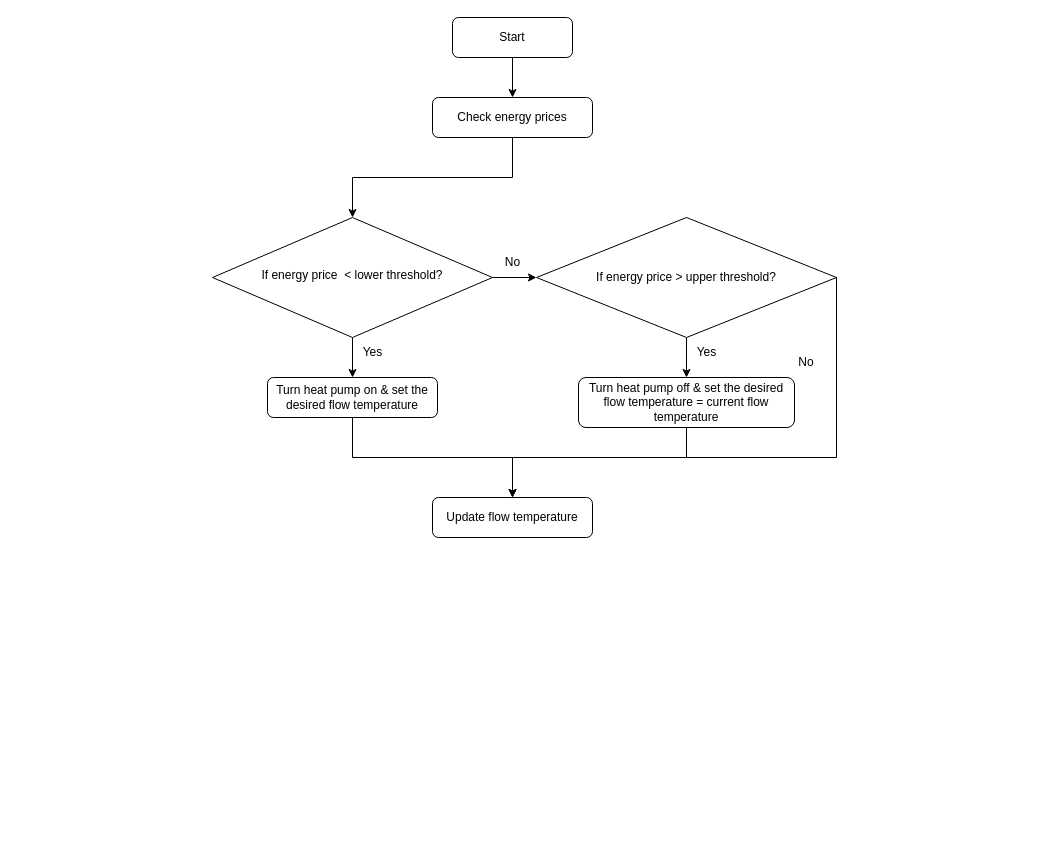
Above: page "Price based control" (5 of 5) of RBC.drawio in Qiuyi-Hong/Rule-Based-Control (draw.io), before the change. Source tidied: cells renumbered, new cells numbered last; positions are measured from the earlier drawing's top-left corner, leaving out a move shared by most shapes. Both pictures are drawn from the tidied source at 100%, with x=0, y=0 at pixel (212, 17).
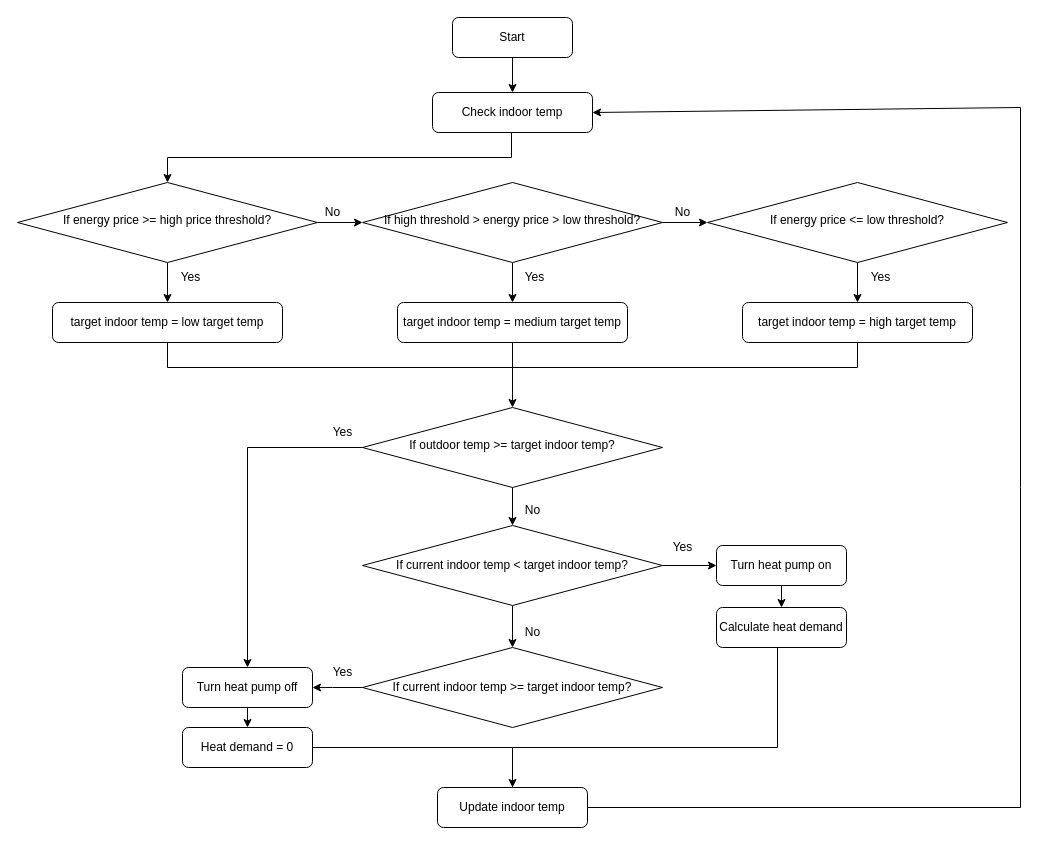
The same diagram, later.

The change refers to these unchanged cells:
```xml
<mxCell id="8" value="Start" style="rounded=1;whiteSpace=wrap;html=1;" parent="1" vertex="1">
  <mxGeometry x="240" width="120" height="40" as="geometry" />
</mxCell>
```

Diff of the diagram source:
```diff
@@
-    <mxCell id="2" value="Check energy prices" style="rounded=1;whiteSpace=wrap;html=1;fontSize=12;glass=0;strokeWidth=1;shadow=0;" parent="1" vertex="1">
-      <mxGeometry x="220" y="80" width="160" height="40" as="geometry" />
-    </mxCell>
-    <mxCell id="3" style="edgeStyle=orthogonalEdgeStyle;rounded=0;jettySize=auto;html=1;" parent="1" edge="1" source="5" target="6">
-      <mxGeometry relative="1" as="geometry" />
-    </mxCell>
-    <mxCell id="4" style="edgeStyle=orthogonalEdgeStyle;rounded=0;jettySize=auto;html=1;entryX=0;entryY=0.5;entryDx=0;entryDy=0;" parent="1" edge="1" source="5" target="11">
-      <mxGeometry relative="1" as="geometry" />
-    </mxCell>
-    <mxCell id="5" value="If energy price&amp;nbsp; &amp;lt; lower threshold?" style="rhombus;whiteSpace=wrap;html=1;shadow=0;fontFamily=Helvetica;fontSize=12;align=center;strokeWidth=1;spacing=6;spacingTop=-4;" parent="1" vertex="1">
-      <mxGeometry y="200" width="280" height="120" as="geometry" />
-    </mxCell>
-    <mxCell id="6" value="Turn heat pump on &amp;amp; set the desired flow temperature" style="rounded=1;whiteSpace=wrap;html=1;fontSize=12;glass=0;strokeWidth=1;shadow=0;" parent="1" vertex="1">
-      <mxGeometry x="55" y="360" width="170" height="40" as="geometry" />
-    </mxCell>
-    <mxCell id="7" style="edgeStyle=orthogonalEdgeStyle;rounded=0;jettySize=auto;html=1;exitX=0.5;exitY=1;exitDx=0;exitDy=0;entryX=0.5;entryY=0;entryDx=0;entryDy=0;" parent="1" edge="1" source="8" target="2">
-      <mxGeometry relative="1" as="geometry" />
-    </mxCell>
+    <mxCell id="21" style="edgeStyle=orthogonalEdgeStyle;rounded=0;jettySize=auto;html=1;exitX=0.5;exitY=1;exitDx=0;exitDy=0;entryX=0.5;entryY=0;entryDx=0;entryDy=0;" parent="1" edge="1" source="22" target="49">
+      <mxGeometry relative="1" as="geometry">
+        <Array as="points">
+          <mxPoint x="300" y="105" />
+          <mxPoint x="299" y="105" />
+          <mxPoint x="299" y="140" />
+          <mxPoint x="-45" y="140" />
+        </Array>
+      </mxGeometry>
+    </mxCell>
+    <mxCell id="22" value="Check indoor temp" style="rounded=1;whiteSpace=wrap;html=1;fontSize=12;glass=0;strokeWidth=1;shadow=0;" parent="1" vertex="1">
+      <mxGeometry x="220" y="75" width="160" height="40" as="geometry" />
+    </mxCell>
+    <mxCell id="23" style="edgeStyle=orthogonalEdgeStyle;rounded=0;jettySize=auto;html=1;" parent="1" edge="1" source="24" target="30">
+      <mxGeometry relative="1" as="geometry" />
+    </mxCell>
+    <mxCell id="24" value="Turn heat pump on" style="rounded=1;whiteSpace=wrap;html=1;fontSize=12;glass=0;strokeWidth=1;shadow=0;" parent="1" vertex="1">
+      <mxGeometry x="504" y="528" width="130" height="40" as="geometry" />
+    </mxCell>
+    <mxCell id="25" style="edgeStyle=orthogonalEdgeStyle;rounded=0;jettySize=auto;html=1;exitX=0.5;exitY=1;exitDx=0;exitDy=0;entryX=0.5;entryY=0;entryDx=0;entryDy=0;" parent="1" edge="1" source="8" target="22">
+      <mxGeometry relative="1" as="geometry" />
+    </mxCell>
@@
-    <mxCell id="9" value="Yes" style="text;html=1;align=center;verticalAlign=middle;strokeColor=none;fillColor=none;" parent="1" vertex="1">
-      <mxGeometry x="140" y="320" width="40" height="30" as="geometry" />
-    </mxCell>
-    <mxCell id="10" style="edgeStyle=orthogonalEdgeStyle;rounded=0;jettySize=auto;html=1;entryX=0.5;entryY=0;entryDx=0;entryDy=0;" parent="1" edge="1" source="11" target="14">
-      <mxGeometry relative="1" as="geometry" />
-    </mxCell>
-    <mxCell id="11" value="If energy price &amp;gt; upper threshold?" style="rhombus;whiteSpace=wrap;html=1;" parent="1" vertex="1">
-      <mxGeometry x="324" y="200" width="300" height="120" as="geometry" />
-    </mxCell>
-    <mxCell id="12" style="endArrow=classic;html=1;rounded=0;exitX=0.5;exitY=1;exitDx=0;exitDy=0;entryX=0.5;entryY=0;entryDx=0;entryDy=0;" parent="1" edge="1" source="2" target="5">
-      <mxGeometry relative="1" as="geometry">
-        <Array as="points">
-          <mxPoint x="300" y="160" />
-          <mxPoint x="140" y="160" />
-        </Array>
-      </mxGeometry>
-    </mxCell>
-    <mxCell id="13" value="No" style="text;html=1;align=center;verticalAlign=middle;strokeColor=none;fillColor=none;" parent="1" vertex="1">
-      <mxGeometry x="280" y="230" width="40" height="30" as="geometry" />
-    </mxCell>
-    <mxCell id="14" value="Turn heat pump off &amp;amp; set the desired flow temperature = current flow temperature" style="rounded=1;whiteSpace=wrap;html=1;" parent="1" vertex="1">
-      <mxGeometry x="366" y="360" width="216" height="50" as="geometry" />
-    </mxCell>
-    <mxCell id="15" value="Yes" style="text;html=1;align=center;verticalAlign=middle;strokeColor=none;fillColor=none;" parent="1" vertex="1">
-      <mxGeometry x="474" y="320" width="40" height="30" as="geometry" />
-    </mxCell>
-    <mxCell id="16" value="Update flow temperature" style="rounded=1;whiteSpace=wrap;html=1;" parent="1" vertex="1">
-      <mxGeometry x="220" y="480" width="160" height="40" as="geometry" />
-    </mxCell>
-    <mxCell id="17" style="endArrow=classic;html=1;rounded=0;exitX=0.5;exitY=1;exitDx=0;exitDy=0;entryX=0.5;entryY=0;entryDx=0;entryDy=0;" parent="1" edge="1" source="6" target="16">
-      <mxGeometry relative="1" as="geometry">
-        <Array as="points">
-          <mxPoint x="140" y="440" />
-          <mxPoint x="300" y="440" />
-        </Array>
-      </mxGeometry>
-    </mxCell>
-    <mxCell id="18" style="endArrow=classic;html=1;rounded=0;exitX=0.5;exitY=1;exitDx=0;exitDy=0;" parent="1" edge="1" source="14">
-      <mxGeometry relative="1" as="geometry">
-        <mxPoint x="300" y="480" as="targetPoint" />
-        <Array as="points">
-          <mxPoint x="474" y="440" />
-          <mxPoint x="300" y="440" />
-        </Array>
-      </mxGeometry>
-    </mxCell>
-    <mxCell id="19" style="endArrow=none;html=1;rounded=0;exitX=1;exitY=0.5;exitDx=0;exitDy=0;endFill=0;" parent="1" edge="1" source="11">
-      <mxGeometry relative="1" as="geometry">
-        <mxPoint x="474" y="440" as="targetPoint" />
-        <Array as="points">
-          <mxPoint x="624" y="440" />
-        </Array>
-      </mxGeometry>
-    </mxCell>
-    <mxCell id="20" value="No" style="text;html=1;align=center;verticalAlign=middle;whiteSpace=wrap;rounded=0;" parent="1" vertex="1">
-      <mxGeometry x="564" y="330" width="60" height="30" as="geometry" />
-    </mxCell>
+    <mxCell id="26" value="Yes" style="text;html=1;align=center;verticalAlign=middle;strokeColor=none;fillColor=none;" parent="1" vertex="1">
+      <mxGeometry x="110" y="400" width="40" height="30" as="geometry" />
+    </mxCell>
+    <mxCell id="27" style="edgeStyle=orthogonalEdgeStyle;rounded=0;jettySize=auto;html=1;exitX=0.5;exitY=1;exitDx=0;exitDy=0;entryX=0.5;entryY=0;entryDx=0;entryDy=0;" parent="1" edge="1" source="28" target="31">
+      <mxGeometry relative="1" as="geometry" />
+    </mxCell>
+    <mxCell id="28" value="Turn heat pump off" style="rounded=1;whiteSpace=wrap;html=1;" parent="1" vertex="1">
+      <mxGeometry x="-30" y="650" width="130" height="40" as="geometry" />
+    </mxCell>
+    <mxCell id="29" style="edgeStyle=orthogonalEdgeStyle;rounded=0;jettySize=auto;html=1;exitX=0.5;exitY=1;exitDx=0;exitDy=0;" parent="1" edge="1" source="30">
+      <mxGeometry relative="1" as="geometry">
+        <mxPoint x="300" y="810" as="targetPoint" />
+        <Array as="points">
+          <mxPoint x="565" y="630" />
+          <mxPoint x="565" y="730" />
+          <mxPoint x="300" y="730" />
+        </Array>
+      </mxGeometry>
+    </mxCell>
+    <mxCell id="30" value="Calculate heat demand" style="whiteSpace=wrap;html=1;rounded=1;glass=0;strokeWidth=1;shadow=0;" parent="1" vertex="1">
+      <mxGeometry x="504" y="590" width="130" height="40" as="geometry" />
+    </mxCell>
+    <mxCell id="31" value="Heat demand = 0" style="rounded=1;whiteSpace=wrap;html=1;" parent="1" vertex="1">
+      <mxGeometry x="-30" y="710" width="130" height="40" as="geometry" />
+    </mxCell>
+    <mxCell id="32" style="edgeStyle=orthogonalEdgeStyle;rounded=0;jettySize=auto;html=1;entryX=0.5;entryY=0;entryDx=0;entryDy=0;" parent="1" edge="1" source="33" target="34">
+      <mxGeometry relative="1" as="geometry" />
+    </mxCell>
+    <mxCell id="33" value="If current indoor&lt;span style=&quot;background-color: initial;&quot;&gt;&amp;nbsp;temp &amp;lt; target indoor temp?&lt;/span&gt;" style="rhombus;whiteSpace=wrap;html=1;" parent="1" vertex="1">
+      <mxGeometry x="150" y="508" width="300" height="80" as="geometry" />
+    </mxCell>
+    <mxCell id="34" value="If current indoor temp &amp;gt;= target indoor temp?" style="rhombus;whiteSpace=wrap;html=1;" parent="1" vertex="1">
+      <mxGeometry x="150" y="630" width="300" height="80" as="geometry" />
+    </mxCell>
+    <mxCell id="35" style="endArrow=classic;html=1;rounded=0;exitX=0;exitY=0.5;exitDx=0;exitDy=0;entryX=1;entryY=0.5;entryDx=0;entryDy=0;" parent="1" edge="1" source="34" target="28">
+      <mxGeometry relative="1" as="geometry">
+        <Array as="points">
+          <mxPoint x="120" y="670" />
+        </Array>
+      </mxGeometry>
+    </mxCell>
+    <mxCell id="36" value="No" style="text;html=1;align=center;verticalAlign=middle;strokeColor=none;fillColor=none;" parent="1" vertex="1">
+      <mxGeometry x="300" y="600" width="40" height="30" as="geometry" />
+    </mxCell>
+    <mxCell id="37" value="Yes" style="text;html=1;align=center;verticalAlign=middle;strokeColor=none;fillColor=none;" parent="1" vertex="1">
+      <mxGeometry x="110" y="640" width="40" height="30" as="geometry" />
+    </mxCell>
+    <mxCell id="38" value="Update indoor temp" style="rounded=1;whiteSpace=wrap;html=1;" parent="1" vertex="1">
+      <mxGeometry x="225" y="770" width="150" height="40" as="geometry" />
+    </mxCell>
+    <mxCell id="39" style="endArrow=classic;html=1;rounded=0;exitX=1;exitY=0.5;exitDx=0;exitDy=0;entryX=1;entryY=0.5;entryDx=0;entryDy=0;" parent="1" edge="1" source="38" target="22">
+      <mxGeometry relative="1" as="geometry">
+        <Array as="points">
+          <mxPoint x="808" y="790" />
+          <mxPoint x="808" y="470" />
+          <mxPoint x="808" y="90" />
+        </Array>
+      </mxGeometry>
+    </mxCell>
+    <mxCell id="40" style="endArrow=classic;html=1;rounded=0;exitX=0;exitY=0.5;exitDx=0;exitDy=0;entryX=0.5;entryY=0;entryDx=0;entryDy=0;" parent="1" edge="1" source="42" target="28">
+      <mxGeometry relative="1" as="geometry">
+        <Array as="points">
+          <mxPoint x="35" y="430" />
+        </Array>
+      </mxGeometry>
+    </mxCell>
+    <mxCell id="41" value="No" style="text;html=1;align=center;verticalAlign=middle;strokeColor=none;fillColor=none;" parent="1" vertex="1">
+      <mxGeometry x="300" y="478" width="40" height="30" as="geometry" />
+    </mxCell>
+    <mxCell id="42" value="If outdoor temp &amp;gt;= target indoor temp?" style="rhombus;whiteSpace=wrap;html=1;shadow=0;fontFamily=Helvetica;fontSize=12;align=center;strokeWidth=1;spacing=6;spacingTop=-4;" parent="1" vertex="1">
+      <mxGeometry x="150" y="390" width="300" height="80" as="geometry" />
+    </mxCell>
+    <mxCell id="43" style="endArrow=classic;html=1;rounded=0;exitX=0.5;exitY=1;exitDx=0;exitDy=0;entryX=0.5;entryY=0;entryDx=0;entryDy=0;" parent="1" edge="1" source="42">
+      <mxGeometry relative="1" as="geometry">
+        <mxPoint x="300" y="508" as="targetPoint" />
+      </mxGeometry>
+    </mxCell>
+    <mxCell id="44" style="endArrow=classic;html=1;rounded=0;exitX=1;exitY=0.5;exitDx=0;exitDy=0;entryX=0;entryY=0.5;entryDx=0;entryDy=0;" parent="1" edge="1" source="33" target="24">
+      <mxGeometry relative="1" as="geometry" />
+    </mxCell>
+    <mxCell id="45" style="endArrow=classic;html=1;rounded=0;exitX=1;exitY=0.5;exitDx=0;exitDy=0;entryX=0.5;entryY=0;entryDx=0;entryDy=0;" parent="1" edge="1" source="31" target="38">
+      <mxGeometry relative="1" as="geometry">
+        <Array as="points">
+          <mxPoint x="300" y="730" />
+        </Array>
+      </mxGeometry>
+    </mxCell>
+    <mxCell id="46" value="Yes" style="text;html=1;align=center;verticalAlign=middle;strokeColor=none;fillColor=none;" parent="1" vertex="1">
+      <mxGeometry x="450" y="515" width="40" height="30" as="geometry" />
+    </mxCell>
+    <mxCell id="47" style="edgeStyle=orthogonalEdgeStyle;rounded=0;jettySize=auto;html=1;exitX=0.5;exitY=1;exitDx=0;exitDy=0;entryX=0.5;entryY=0;entryDx=0;entryDy=0;" parent="1" edge="1" source="49" target="50">
+      <mxGeometry relative="1" as="geometry" />
+    </mxCell>
+    <mxCell id="48" style="edgeStyle=orthogonalEdgeStyle;rounded=0;jettySize=auto;html=1;" parent="1" edge="1" source="49" target="53">
+      <mxGeometry relative="1" as="geometry" />
+    </mxCell>
+    <mxCell id="49" value="If energy price &amp;gt;= high price threshold?" style="rhombus;whiteSpace=wrap;html=1;shadow=0;fontFamily=Helvetica;fontSize=12;align=center;strokeWidth=1;spacing=6;spacingTop=-4;" parent="1" vertex="1">
+      <mxGeometry x="-195" y="165" width="300" height="80" as="geometry" />
+    </mxCell>
+    <mxCell id="50" value="target indoor temp = low target temp" style="rounded=1;whiteSpace=wrap;html=1;" parent="1" vertex="1">
+      <mxGeometry x="-160" y="285" width="230" height="40" as="geometry" />
+    </mxCell>
+    <mxCell id="51" style="edgeStyle=orthogonalEdgeStyle;rounded=0;jettySize=auto;html=1;" parent="1" edge="1" source="53" target="56">
+      <mxGeometry relative="1" as="geometry" />
+    </mxCell>
+    <mxCell id="52" style="edgeStyle=orthogonalEdgeStyle;rounded=0;jettySize=auto;html=1;exitX=0.5;exitY=1;exitDx=0;exitDy=0;entryX=0.5;entryY=0;entryDx=0;entryDy=0;" parent="1" edge="1" source="53" target="54">
+      <mxGeometry relative="1" as="geometry" />
+    </mxCell>
+    <mxCell id="53" value="If high threshold &amp;gt; energy price &amp;gt; low threshold?" style="rhombus;whiteSpace=wrap;html=1;shadow=0;fontFamily=Helvetica;fontSize=12;align=center;strokeWidth=1;spacing=6;spacingTop=-4;" parent="1" vertex="1">
+      <mxGeometry x="150" y="165" width="300" height="80" as="geometry" />
+    </mxCell>
+    <mxCell id="54" value="target indoor temp = medium&lt;span style=&quot;background-color: initial;&quot;&gt;&amp;nbsp;target temp&lt;/span&gt;" style="rounded=1;whiteSpace=wrap;html=1;" parent="1" vertex="1">
+      <mxGeometry x="185" y="285" width="230" height="40" as="geometry" />
+    </mxCell>
+    <mxCell id="55" style="edgeStyle=orthogonalEdgeStyle;rounded=0;jettySize=auto;html=1;exitX=0.5;exitY=1;exitDx=0;exitDy=0;entryX=0.5;entryY=0;entryDx=0;entryDy=0;" parent="1" edge="1" source="56" target="57">
+      <mxGeometry relative="1" as="geometry" />
+    </mxCell>
+    <mxCell id="56" value="If energy price &amp;lt;= low threshold?" style="rhombus;whiteSpace=wrap;html=1;shadow=0;fontFamily=Helvetica;fontSize=12;align=center;strokeWidth=1;spacing=6;spacingTop=-4;" parent="1" vertex="1">
+      <mxGeometry x="495" y="165" width="300" height="80" as="geometry" />
+    </mxCell>
+    <mxCell id="57" value="target indoor temp = high&lt;span style=&quot;background-color: initial;&quot;&gt;&amp;nbsp;target temp&lt;/span&gt;" style="rounded=1;whiteSpace=wrap;html=1;" parent="1" vertex="1">
+      <mxGeometry x="530" y="285" width="230" height="40" as="geometry" />
+    </mxCell>
+    <mxCell id="58" style="endArrow=none;html=1;rounded=0;exitX=0.5;exitY=1;exitDx=0;exitDy=0;entryX=0.5;entryY=1;entryDx=0;entryDy=0;" parent="1" edge="1" source="50" target="57">
+      <mxGeometry relative="1" as="geometry">
+        <Array as="points">
+          <mxPoint x="-45" y="350" />
+          <mxPoint x="645" y="350" />
+        </Array>
+      </mxGeometry>
+    </mxCell>
+    <mxCell id="59" style="endArrow=classic;html=1;rounded=0;exitX=0.5;exitY=1;exitDx=0;exitDy=0;entryX=0.5;entryY=0;entryDx=0;entryDy=0;" parent="1" edge="1" source="54" target="42">
+      <mxGeometry relative="1" as="geometry" />
+    </mxCell>
+    <mxCell id="60" value="No" style="text;html=1;align=center;verticalAlign=middle;strokeColor=none;fillColor=none;" parent="1" vertex="1">
+      <mxGeometry x="100" y="180" width="40" height="30" as="geometry" />
+    </mxCell>
+    <mxCell id="61" value="No" style="text;html=1;align=center;verticalAlign=middle;strokeColor=none;fillColor=none;" parent="1" vertex="1">
+      <mxGeometry x="450" y="180" width="40" height="30" as="geometry" />
+    </mxCell>
+    <mxCell id="62" value="Yes" style="text;html=1;align=center;verticalAlign=middle;strokeColor=none;fillColor=none;" parent="1" vertex="1">
+      <mxGeometry x="-42" y="245" width="40" height="30" as="geometry" />
+    </mxCell>
+    <mxCell id="63" value="Yes" style="text;html=1;align=center;verticalAlign=middle;strokeColor=none;fillColor=none;" parent="1" vertex="1">
+      <mxGeometry x="302" y="245" width="40" height="30" as="geometry" />
+    </mxCell>
+    <mxCell id="64" value="Yes" style="text;html=1;align=center;verticalAlign=middle;strokeColor=none;fillColor=none;" parent="1" vertex="1">
+      <mxGeometry x="648" y="245" width="40" height="30" as="geometry" />
+    </mxCell>
```
